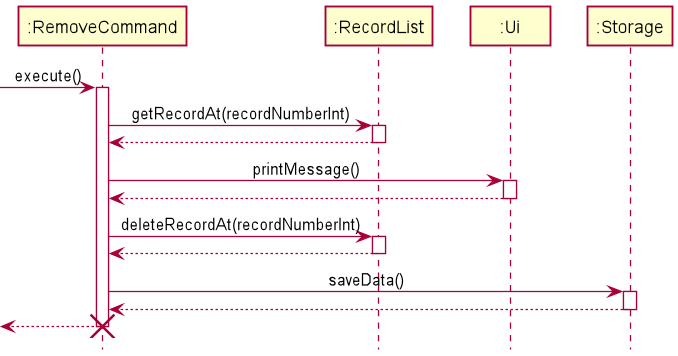
nus-cs2113-AY2021S2/tp keeps this PlantUML diagram as docs/img/RemoveFeatureSequenceDiagram.png. Above is the earlier version.
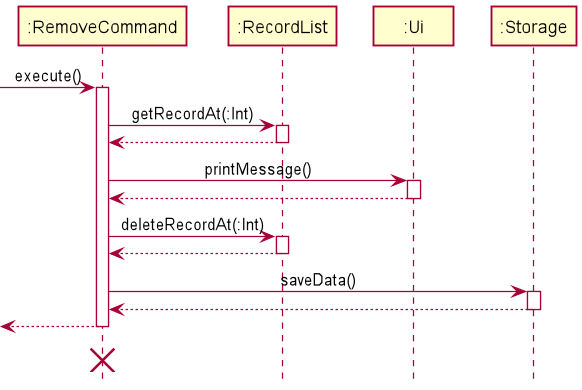
After the change.

Commit message:
Add sequence diagrams

The edit, as a diff of the source:
```diff
@@ -4,7 +4,7 @@
 [-> ":RemoveCommand": execute()
 activate ":RemoveCommand"
 
-":RemoveCommand" -> ":RecordList" : getRecordAt(recordNumberInt)
+":RemoveCommand" -> ":RecordList" : getRecordAt(:Int)
 activate ":RecordList"
 ":RecordList" --> ":RemoveCommand"
 deactivate ":RecordList"
@@ -15,7 +15,7 @@
 ":Ui" --> ":RemoveCommand"
 deactivate ":Ui"
 
-":RemoveCommand" -> ":RecordList" : deleteRecordAt(recordNumberInt)
+":RemoveCommand" -> ":RecordList" : deleteRecordAt(:Int)
 activate ":RecordList"
 ":RecordList" --> ":RemoveCommand"
 deactivate ":RecordList"
@@ -27,6 +27,7 @@
 
 [<-- ":RemoveCommand"
 deactivate ":RemoveCommand"
+":RemoveCommand" -[hidden]-> ":RemoveCommand"
 destroy ":RemoveCommand"
 
 @enduml
```
